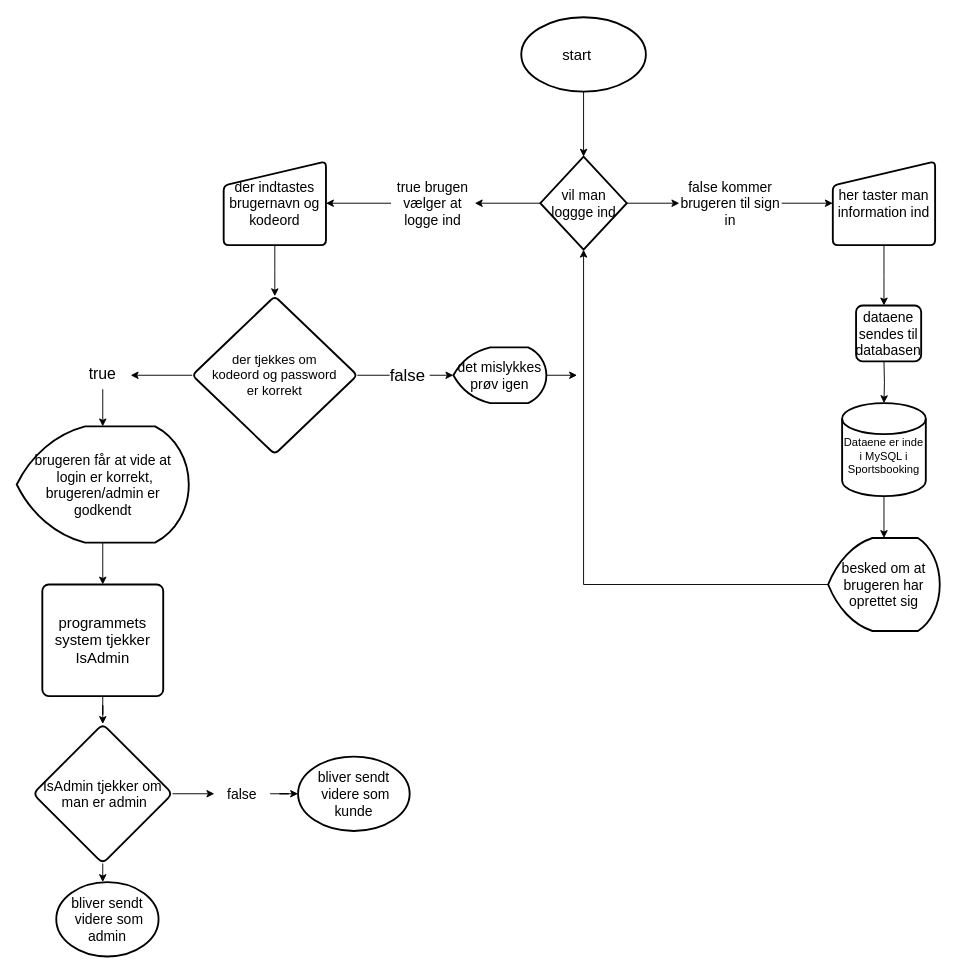
SuneVilsgaard/progb keeps this draw.io diagram as flowchart prog eksammen.drawio. Above is the earlier version. Source tidied: cells renumbered, new cells numbered last; positions are measured from the earlier drawing's top-left corner, leaving out a move shared by most shapes. Both pictures are drawn from the tidied source at 93%, with x=0, y=0 at pixel (17, 17).
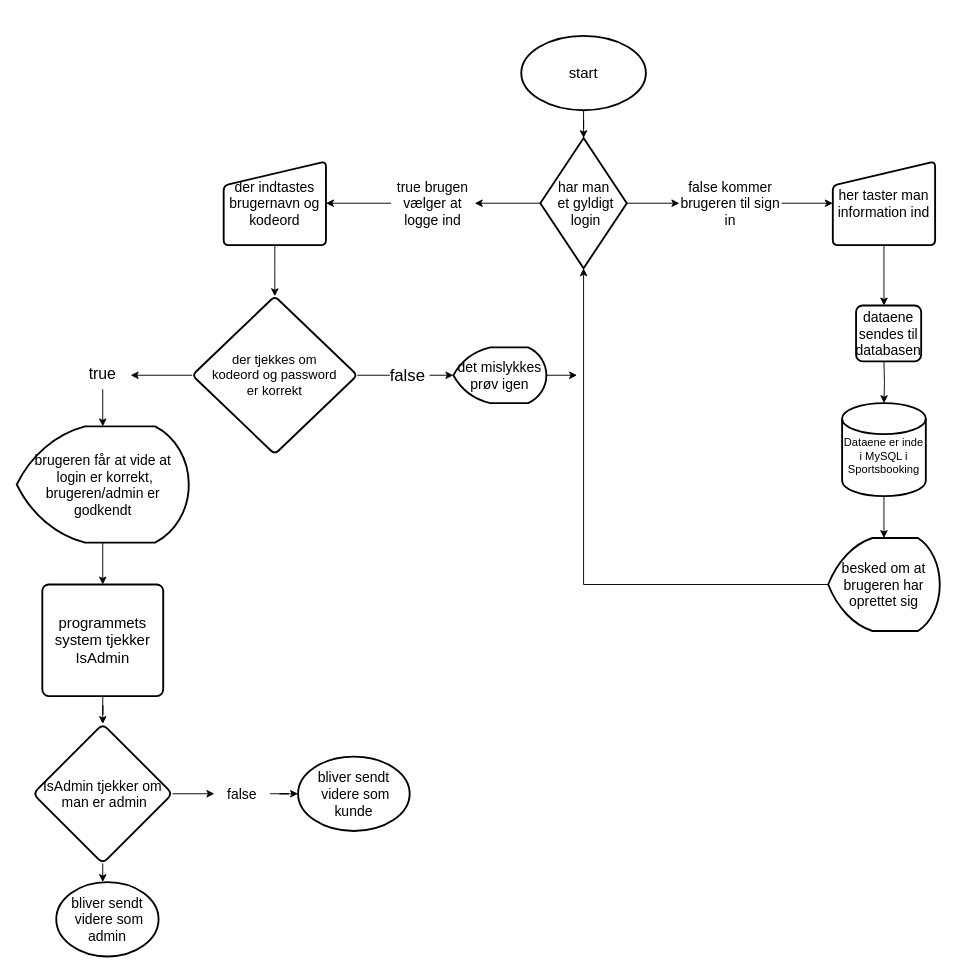
Above is the later version.

The edit, as a diff of the source:
```diff
@@
     <mxCell id="3" style="strokeWidth=2;html=1;shape=mxgraph.flowchart.start_1;whiteSpace=wrap;" parent="1" vertex="1">
-      <mxGeometry x="542" width="134" height="80" as="geometry" />
+      <mxGeometry x="542" y="20" width="134" height="80" as="geometry" />
     </mxCell>
     <mxCell id="4" value="&lt;font style=&quot;font-size: 16px;&quot;&gt;start&lt;/font&gt;" style="text;html=1;whiteSpace=wrap;strokeColor=none;fillColor=none;align=center;verticalAlign=middle;rounded=0;" parent="1" vertex="1">
-      <mxGeometry x="572" y="25" width="60" height="30" as="geometry" />
+      <mxGeometry x="579" y="45" width="60" height="30" as="geometry" />
     </mxCell>
@@
-    <mxCell id="7" value="&lt;font style=&quot;font-size: 15px;&quot;&gt;vil man loggge ind&lt;/font&gt;" style="rhombus;whiteSpace=wrap;html=1;strokeWidth=2;" parent="1" vertex="1">
-      <mxGeometry x="562.5" y="150" width="93" height="100" as="geometry" />
+    <mxCell id="7" value="&lt;font style=&quot;font-size: 15px;&quot;&gt;har man&lt;/font&gt;&lt;div&gt;&lt;font style=&quot;font-size: 15px;&quot;&gt;&amp;nbsp;et gyldigt&lt;/font&gt;&lt;div&gt;&lt;font style=&quot;font-size: 15px;&quot;&gt;&amp;nbsp;login&lt;/font&gt;&lt;/div&gt;&lt;/div&gt;" style="rhombus;whiteSpace=wrap;html=1;strokeWidth=2;" parent="1" vertex="1">
+      <mxGeometry x="562.5" y="130" width="93" height="140" as="geometry" />
     </mxCell>
```
